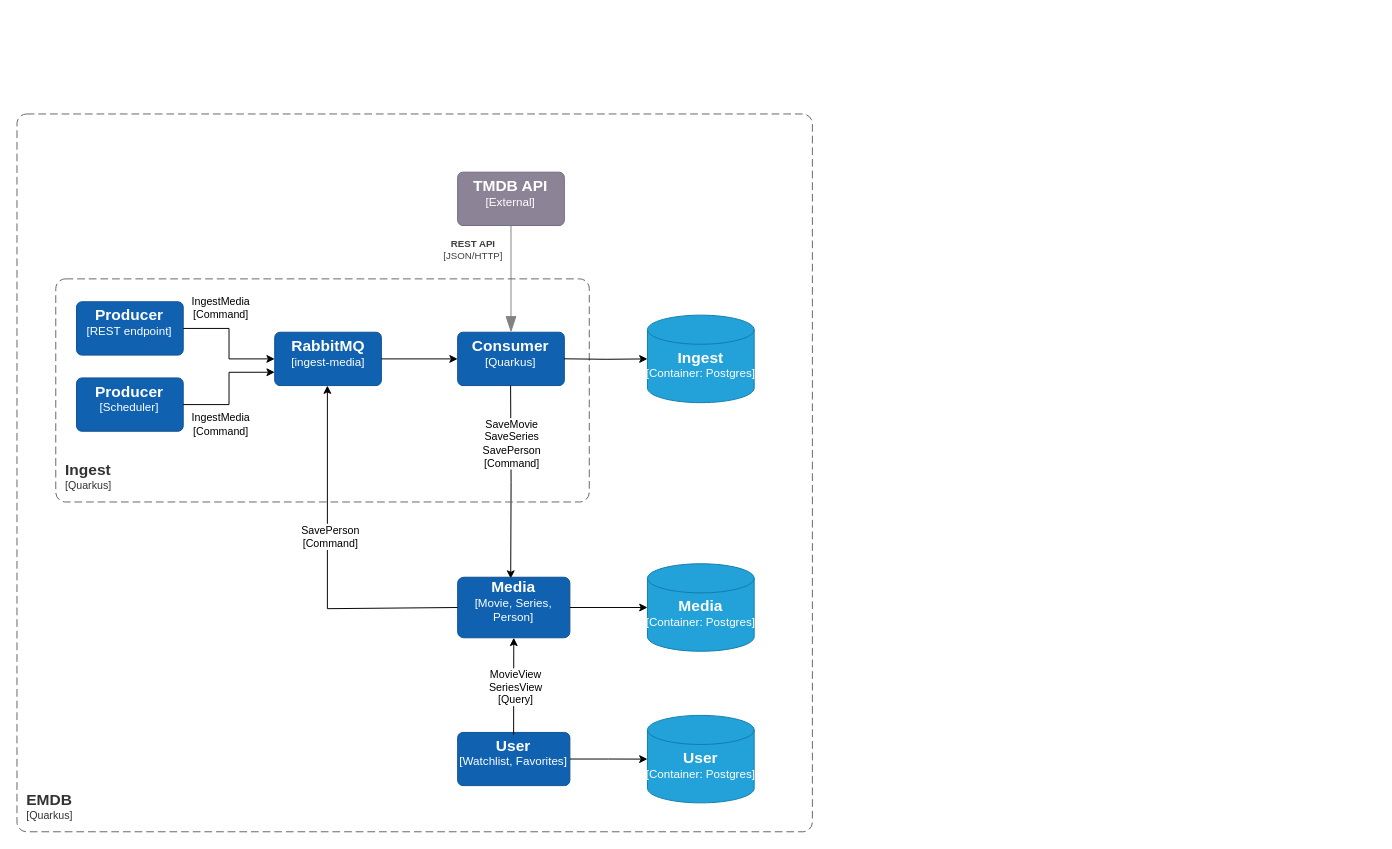
Earlier version of the draw.io diagram emdb/doc/emdb4.drawio (douglase72/projects). Source tidied: cells renumbered, new cells numbered last; positions are measured from the earlier drawing's top-left corner, leaving out a move shared by most shapes. Both pictures are drawn from the tidied source at 97%, with x=0, y=0 at pixel (16, 113).
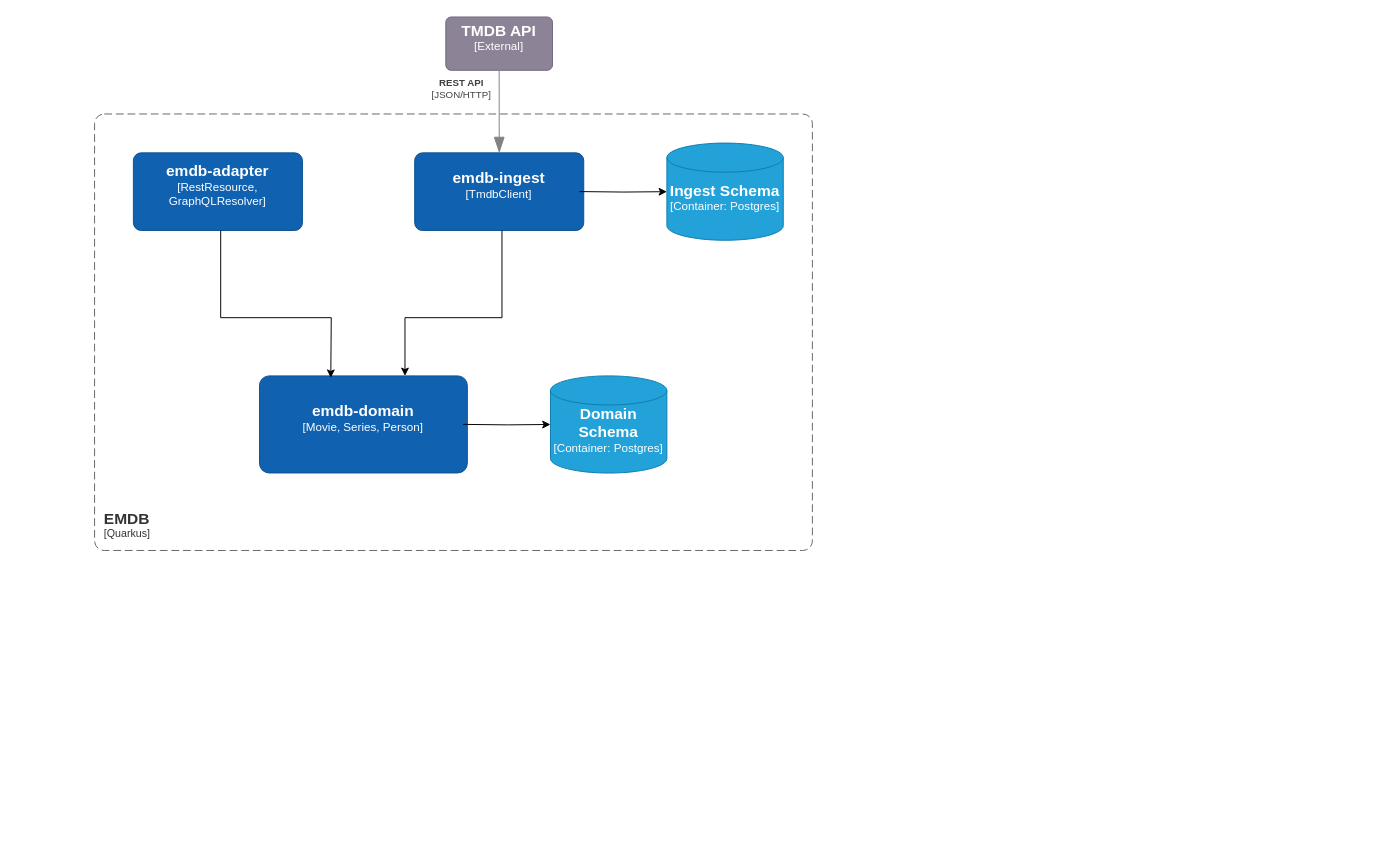
The same diagram, later.

The edit, as a diff of the source:
```diff
@@
+    <object id="22" label="&lt;font style=&quot;font-size: 16px&quot;&gt;&lt;b&gt;&lt;div style=&quot;text-align: left&quot;&gt;%c4Name%&lt;/div&gt;&lt;/b&gt;&lt;/font&gt;&lt;div style=&quot;text-align: left&quot;&gt;[%c4Application%]&lt;/div&gt;" c4Application="Quarkus" c4Name="EMDB" placeholders="1">
+      <mxCell style="rounded=1;fontSize=11;whiteSpace=wrap;html=1;dashed=1;arcSize=20;fillColor=none;strokeColor=#666666;fontColor=#333333;labelBackgroundColor=none;align=left;verticalAlign=bottom;labelBorderColor=none;spacingTop=0;spacing=10;dashPattern=8 4;perimeter=rectanglePerimeter;noLabel=0;labelPadding=0;absoluteArcSize=1;" parent="1" vertex="1">
+        <mxGeometry x="80" width="740" height="450" as="geometry" />
+      </mxCell>
+    </object>
+    <mxCell id="30" style="group;" parent="1" vertex="1">
+      <mxGeometry x="410" y="-100" width="380" height="230.2" as="geometry" />
+    </mxCell>
     <object id="3" label="&lt;font style=&quot;font-size: 16px&quot;&gt;&lt;b&gt;%c4Name%&lt;/b&gt;&lt;/font&gt;&lt;div&gt;[%c4Type%]&lt;/div&gt;&lt;br&gt;&lt;div&gt;&lt;font style=&quot;font-size: 11px&quot;&gt;&lt;font color=&quot;#cccccc&quot;&gt;%c4Description%&lt;/font&gt;&lt;/div&gt;" c4Description="" c4Name="TMDB API" c4Type="External" placeholders="1">
-      <mxCell style="rounded=1;whiteSpace=wrap;html=1;labelBackgroundColor=none;fillColor=#8C8496;fontColor=#ffffff;align=center;arcSize=10;strokeColor=#736782;points=[[0.25,0,0],[0.5,0,0],[0.75,0,0],[1,0.25,0],[1,0.5,0],[1,0.75,0],[0.75,1,0],[0.5,1,0],[0.25,1,0],[0,0.75,0],[0,0.5,0],[0,0.25,0]];" parent="1" vertex="1">
-        <mxGeometry x="454.3" y="60" width="110" height="55" as="geometry" />
+      <mxCell style="rounded=1;whiteSpace=wrap;html=1;labelBackgroundColor=none;fillColor=#8C8496;fontColor=#ffffff;align=center;arcSize=10;strokeColor=#736782;points=[[0.25,0,0],[0.5,0,0],[0.75,0,0],[1,0.25,0],[1,0.5,0],[1,0.75,0],[0.75,1,0],[0.5,1,0],[0.25,1,0],[0,0.75,0],[0,0.5,0],[0,0.25,0]];" parent="30" vertex="1">
+        <mxGeometry x="32.1" width="110" height="55" as="geometry" />
       </mxCell>
     </object>
-    <object id="4" label="&lt;font style=&quot;font-size: 16px&quot;&gt;&lt;b&gt;%c4Name%&lt;/b&gt;&lt;/font&gt;&lt;div&gt;[%c4Type%]&lt;/div&gt;&lt;br&gt;&lt;div&gt;&lt;font style=&quot;font-size: 11px&quot;&gt;&lt;font color=&quot;#cccccc&quot;&gt;%c4Description%&lt;/font&gt;&lt;/div&gt;" c4Description="" c4Name="Producer" c4Type="REST endpoint" placeholders="1">
-      <mxCell style="rounded=1;whiteSpace=wrap;html=1;labelBackgroundColor=none;fillColor=#1061B0;fontColor=#ffffff;align=center;arcSize=10;strokeColor=#0D5091;points=[[0.25,0,0],[0.5,0,0],[0.75,0,0],[1,0.25,0],[1,0.5,0],[1,0.75,0],[0.75,1,0],[0.5,1,0],[0.25,1,0],[0,0.75,0],[0,0.5,0],[0,0.25,0]];" parent="1" vertex="1">
-        <mxGeometry x="61.4" y="193.6" width="110" height="55" as="geometry" />
-      </mxCell>
-    </object>
-    <object id="5" label="&lt;font style=&quot;font-size: 16px&quot;&gt;&lt;b&gt;%c4Name%&lt;/b&gt;&lt;/font&gt;&lt;div&gt;[%c4Type%]&lt;/div&gt;&lt;br&gt;&lt;div&gt;&lt;font style=&quot;font-size: 11px&quot;&gt;&lt;font color=&quot;#cccccc&quot;&gt;%c4Description%&lt;/font&gt;&lt;/div&gt;" c4Description="" c4Name="Consumer" c4Type="Quarkus" placeholders="1">
-      <mxCell style="rounded=1;whiteSpace=wrap;html=1;labelBackgroundColor=none;fillColor=light-dark(#1061B0,#F8CECC);fontColor=#ffffff;align=center;arcSize=10;strokeColor=#0D5091;points=[[0.25,0,0],[0.5,0,0],[0.75,0,0],[1,0.25,0],[1,0.5,0],[1,0.75,0],[0.75,1,0],[0.5,1,0],[0.25,1,0],[0,0.75,0],[0,0.5,0],[0,0.25,0]];" parent="1" vertex="1">
-        <mxGeometry x="454.3" y="225" width="110" height="55" as="geometry" />
+    <object id="5" label="&lt;font style=&quot;font-size: 16px&quot;&gt;&lt;b&gt;%c4Name%&lt;/b&gt;&lt;/font&gt;&lt;div&gt;[%c4Type%]&lt;/div&gt;&lt;br&gt;&lt;div&gt;&lt;font style=&quot;font-size: 11px&quot;&gt;&lt;font color=&quot;#cccccc&quot;&gt;%c4Description%&lt;/font&gt;&lt;/div&gt;" c4Description="" c4Name="emdb-ingest" c4Type="TmdbClient" placeholders="1">
+      <mxCell style="rounded=1;whiteSpace=wrap;html=1;labelBackgroundColor=none;fillColor=light-dark(#1061B0,#FFF2CC);fontColor=#ffffff;align=center;arcSize=10;strokeColor=#0D5091;points=[[0.25,0,0],[0.5,0,0],[0.75,0,0],[1,0.25,0],[1,0.5,0],[1,0.75,0],[0.75,1,0],[0.5,1,0],[0.25,1,0],[0,0.75,0],[0,0.5,0],[0,0.25,0]];" parent="30" vertex="1">
+        <mxGeometry y="140.1" width="174.3" height="80" as="geometry" />
       </mxCell>
     </object>
-    <object id="6" label="&lt;font style=&quot;font-size: 16px&quot;&gt;&lt;b&gt;%c4Name%&lt;/b&gt;&lt;/font&gt;&lt;div&gt;[%c4Type%]&lt;/div&gt;&lt;br&gt;&lt;div&gt;&lt;font style=&quot;font-size: 11px&quot;&gt;&lt;font color=&quot;#cccccc&quot;&gt;%c4Description%&lt;/font&gt;&lt;/div&gt;" c4Description="" c4Name="RabbitMQ" c4Type="ingest-media" placeholders="1">
-      <mxCell style="rounded=1;whiteSpace=wrap;html=1;labelBackgroundColor=none;fillColor=light-dark(#1061B0,#FFE599);fontColor=#ffffff;align=center;arcSize=10;strokeColor=#0D5091;points=[[0.25,0,0],[0.5,0,0],[0.75,0,0],[1,0.25,0],[1,0.5,0],[1,0.75,0],[0.75,1,0],[0.5,1,0],[0.25,1,0],[0,0.75,0],[0,0.5,0],[0,0.25,0]];" parent="1" vertex="1">
-        <mxGeometry x="265.7" y="225" width="110" height="55" as="geometry" />
-      </mxCell>
-    </object>
-    <object id="7" label="&lt;font style=&quot;font-size: 16px&quot;&gt;&lt;b&gt;%c4Name%&lt;/b&gt;&lt;/font&gt;&lt;div&gt;[%c4Type%]&lt;/div&gt;&lt;br&gt;&lt;div&gt;&lt;font style=&quot;font-size: 11px&quot;&gt;&lt;font color=&quot;#cccccc&quot;&gt;%c4Description%&lt;/font&gt;&lt;/div&gt;" c4Description="" c4Name="Producer" c4Type="Scheduler" placeholders="1">
-      <mxCell style="rounded=1;whiteSpace=wrap;html=1;labelBackgroundColor=none;fillColor=#1061B0;fontColor=#ffffff;align=center;arcSize=10;strokeColor=#0D5091;points=[[0.25,0,0],[0.5,0,0],[0.75,0,0],[1,0.25,0],[1,0.5,0],[1,0.75,0],[0.75,1,0],[0.5,1,0],[0.25,1,0],[0,0.75,0],[0,0.5,0],[0,0.25,0]];" parent="1" vertex="1">
-        <mxGeometry x="61.4" y="272.1" width="110" height="55" as="geometry" />
-      </mxCell>
-    </object>
-    <mxCell id="8" style="edgeStyle=orthogonalEdgeStyle;rounded=0;orthogonalLoop=1;jettySize=auto;html=1;" parent="1" edge="1">
-      <mxGeometry relative="1" as="geometry">
-        <mxPoint x="508.9" y="280" as="sourcePoint" />
-        <mxPoint x="509" y="479" as="targetPoint" />
-      </mxGeometry>
-    </mxCell>
-    <mxCell id="9" value="SaveMovie&lt;br&gt;SaveSeries&lt;br&gt;SavePerson&lt;div&gt;[Command]&lt;/div&gt;" style="edgeLabel;html=1;align=center;verticalAlign=middle;" parent="8" vertex="1">
-      <mxGeometry x="0.04" y="-2" relative="1" as="geometry">
-        <mxPoint x="2" y="-44" as="offset" />
-      </mxGeometry>
-    </mxCell>
     <object id="10" label="&lt;div style=&quot;text-align: left&quot;&gt;&lt;div style=&quot;text-align: center&quot;&gt;&lt;b&gt;%c4Description%&lt;/b&gt;&lt;/div&gt;&lt;div style=&quot;text-align: center&quot;&gt;[%c4Technology%]&lt;/div&gt;&lt;/div&gt;" c4Description="REST API" c4Technology="JSON/HTTP" placeholders="1">
-      <mxCell style="endArrow=blockThin;html=1;fontSize=10;fontColor=#404040;strokeWidth=1;endFill=1;strokeColor=#828282;elbow=vertical;endSize=14;startSize=14;jumpStyle=arc;jumpSize=16;rounded=0;edgeStyle=orthogonalEdgeStyle;exitX=0.5;exitY=1;exitDx=0;exitDy=0;exitPerimeter=0;" parent="1" edge="1" source="3" target="5">
+      <mxCell style="endArrow=blockThin;html=1;fontSize=10;fontColor=#404040;strokeWidth=1;endFill=1;strokeColor=#828282;elbow=vertical;endSize=14;startSize=14;jumpStyle=arc;jumpSize=16;rounded=0;edgeStyle=orthogonalEdgeStyle;exitX=0.5;exitY=1;exitDx=0;exitDy=0;exitPerimeter=0;" parent="30" edge="1" source="3" target="5">
         <mxGeometry x="-0.55" y="-39" relative="1" as="geometry" />
       </mxCell>
     </object>
-    <mxCell id="11" style="edgeStyle=orthogonalEdgeStyle;rounded=0;jettySize=auto;html=1;" parent="1" edge="1" source="4" target="6">
-      <mxGeometry relative="1" as="geometry" />
-    </mxCell>
-    <mxCell id="12" value="IngestMedia&lt;div&gt;[Command]&lt;/div&gt;" style="edgeLabel;html=1;align=center;verticalAlign=middle;" parent="11" vertex="1">
-      <mxGeometry x="0.04" relative="1" as="geometry">
-        <mxPoint x="-9" y="-39" as="offset" />
-      </mxGeometry>
-    </mxCell>
-    <mxCell id="13" value="IngestMedia&lt;div&gt;[Command]&lt;/div&gt;" style="edgeLabel;html=1;align=center;verticalAlign=middle;" parent="11" vertex="1">
-      <mxGeometry x="0.04" relative="1" as="geometry">
-        <mxPoint x="-9" y="81" as="offset" />
-      </mxGeometry>
-    </mxCell>
-    <mxCell id="14" style="edgeStyle=orthogonalEdgeStyle;rounded=0;jettySize=auto;html=1;entryX=0;entryY=0.5;entryDx=0;entryDy=0;entryPerimeter=0;" parent="1" edge="1" source="6" target="5">
-      <mxGeometry relative="1" as="geometry" />
-    </mxCell>
-    <mxCell id="15" style="edgeStyle=orthogonalEdgeStyle;rounded=0;jettySize=auto;html=1;entryX=0;entryY=0.75;entryDx=0;entryDy=0;entryPerimeter=0;" parent="1" edge="1" source="7" target="6">
-      <mxGeometry relative="1" as="geometry" />
-    </mxCell>
-    <object id="16" label="&lt;font style=&quot;font-size: 16px&quot;&gt;&lt;b&gt;%c4Name%&lt;/b&gt;&lt;/font&gt;&lt;div&gt;[%c4Type%:&amp;nbsp;%c4Technology%]&lt;/div&gt;&lt;br&gt;&lt;div&gt;&lt;font style=&quot;font-size: 11px&quot;&gt;&lt;font color=&quot;#E6E6E6&quot;&gt;%c4Description%&lt;/font&gt;&lt;/div&gt;" c4Description="" c4Name="Media" c4Technology="Postgres" c4Type="Container" placeholders="1">
-      <mxCell style="shape=cylinder3;size=15;whiteSpace=wrap;html=1;boundedLbl=1;rounded=0;labelBackgroundColor=none;fillColor=light-dark(#23A2D9,#CCE5FF);fontSize=12;fontColor=#ffffff;align=center;strokeColor=light-dark(#0E7DAD,#000000);points=[[0.5,0,0],[1,0.25,0],[1,0.5,0],[1,0.75,0],[0.5,1,0],[0,0.75,0],[0,0.5,0],[0,0.25,0]];" parent="1" vertex="1">
-        <mxGeometry x="650" y="463.7" width="110" height="90.2" as="geometry" />
-      </mxCell>
-    </object>
-    <object id="17" label="&lt;font style=&quot;font-size: 16px&quot;&gt;&lt;b&gt;%c4Name%&lt;/b&gt;&lt;/font&gt;&lt;div&gt;[%c4Type%]&lt;/div&gt;&lt;br&gt;&lt;div&gt;&lt;font style=&quot;font-size: 11px&quot;&gt;&lt;font color=&quot;#cccccc&quot;&gt;%c4Description%&lt;/font&gt;&lt;/div&gt;" c4Description="" c4Name="Media" c4Type="Movie, Series, Person" placeholders="1">
-      <mxCell style="rounded=1;whiteSpace=wrap;html=1;labelBackgroundColor=none;fillColor=light-dark(#1061B0,#B9E0A5);fontColor=#ffffff;align=center;arcSize=10;strokeColor=#0D5091;points=[[0.25,0,0],[0.5,0,0],[0.75,0,0],[1,0.25,0],[1,0.5,0],[1,0.75,0],[0.75,1,0],[0.5,1,0],[0.25,1,0],[0,0.75,0],[0,0.5,0],[0,0.25,0]];" parent="1" vertex="1">
-        <mxGeometry x="454.3" y="477.6" width="115.7" height="62.4" as="geometry" />
-      </mxCell>
-    </object>
-    <mxCell id="18" style="edgeStyle=orthogonalEdgeStyle;rounded=0;jettySize=auto;html=1;entryX=0;entryY=0.5;entryDx=0;entryDy=0;entryPerimeter=0;" parent="1" edge="1" source="17" target="16">
-      <mxGeometry relative="1" as="geometry" />
-    </mxCell>
-    <object id="19" label="&lt;font style=&quot;font-size: 16px&quot;&gt;&lt;b&gt;%c4Name%&lt;/b&gt;&lt;/font&gt;&lt;div&gt;[%c4Type%]&lt;/div&gt;&lt;br&gt;&lt;div&gt;&lt;font style=&quot;font-size: 11px&quot;&gt;&lt;font color=&quot;#cccccc&quot;&gt;%c4Description%&lt;/font&gt;&lt;/div&gt;" c4Description="" c4Name="User" c4Type="Watchlist, Favorites" placeholders="1">
-      <mxCell style="rounded=1;whiteSpace=wrap;html=1;labelBackgroundColor=none;fillColor=light-dark(#1061B0,#99FFFF);fontColor=#ffffff;align=center;arcSize=10;strokeColor=#0D5091;points=[[0.25,0,0],[0.5,0,0],[0.75,0,0],[1,0.25,0],[1,0.5,0],[1,0.75,0],[0.75,1,0],[0.5,1,0],[0.25,1,0],[0,0.75,0],[0,0.5,0],[0,0.25,0]];" parent="1" vertex="1">
-        <mxGeometry x="454.3" y="637.6" width="115.7" height="54.8" as="geometry" />
-      </mxCell>
-    </object>
-    <mxCell id="20" style="edgeStyle=orthogonalEdgeStyle;rounded=0;jettySize=auto;html=1;entryX=0;entryY=0.5;entryDx=0;entryDy=0;entryPerimeter=0;" parent="1" edge="1" source="19" target="21">
-      <mxGeometry relative="1" as="geometry" />
-    </mxCell>
-    <object id="21" label="&lt;font style=&quot;font-size: 16px&quot;&gt;&lt;b&gt;%c4Name%&lt;/b&gt;&lt;/font&gt;&lt;div&gt;[%c4Type%:&amp;nbsp;%c4Technology%]&lt;/div&gt;&lt;br&gt;&lt;div&gt;&lt;font style=&quot;font-size: 11px&quot;&gt;&lt;font color=&quot;#E6E6E6&quot;&gt;%c4Description%&lt;/font&gt;&lt;/div&gt;" c4Description="" c4Name="User" c4Technology="Postgres" c4Type="Container" placeholders="1">
-      <mxCell style="shape=cylinder3;size=15;whiteSpace=wrap;html=1;boundedLbl=1;rounded=0;labelBackgroundColor=none;fillColor=light-dark(#23A2D9,#CCE5FF);fontSize=12;fontColor=#ffffff;align=center;strokeColor=light-dark(#0E7DAD,#000000);points=[[0.5,0,0],[1,0.25,0],[1,0.5,0],[1,0.75,0],[0.5,1,0],[0,0.75,0],[0,0.5,0],[0,0.25,0]];" parent="1" vertex="1">
-        <mxGeometry x="650" y="620" width="110" height="90.2" as="geometry" />
-      </mxCell>
-    </object>
-    <object id="22" label="&lt;font style=&quot;font-size: 16px&quot;&gt;&lt;b&gt;&lt;div style=&quot;text-align: left&quot;&gt;%c4Name%&lt;/div&gt;&lt;/b&gt;&lt;/font&gt;&lt;div style=&quot;text-align: left&quot;&gt;[%c4Application%]&lt;/div&gt;" c4Application="Quarkus" c4Name="EMDB" placeholders="1">
-      <mxCell style="rounded=1;fontSize=11;whiteSpace=wrap;html=1;dashed=1;arcSize=20;fillColor=none;strokeColor=#666666;fontColor=#333333;labelBackgroundColor=none;align=left;verticalAlign=bottom;labelBorderColor=none;spacingTop=0;spacing=10;dashPattern=8 4;perimeter=rectanglePerimeter;noLabel=0;labelPadding=0;absoluteArcSize=1;" parent="1" vertex="1">
-        <mxGeometry width="820" height="740" as="geometry" />
-      </mxCell>
-    </object>
-    <object id="23" label="&lt;font style=&quot;font-size: 16px&quot;&gt;&lt;b&gt;&lt;div style=&quot;text-align: left&quot;&gt;%c4Name%&lt;/div&gt;&lt;/b&gt;&lt;/font&gt;&lt;div style=&quot;text-align: left&quot;&gt;[%c4Application%]&lt;/div&gt;" c4Application="Quarkus" c4Name="Ingest" placeholders="1">
-      <mxCell style="rounded=1;fontSize=11;whiteSpace=wrap;html=1;dashed=1;arcSize=20;fillColor=none;strokeColor=#666666;fontColor=#333333;labelBackgroundColor=none;align=left;verticalAlign=bottom;labelBorderColor=none;spacingTop=0;spacing=10;dashPattern=8 4;perimeter=rectanglePerimeter;noLabel=0;labelPadding=0;absoluteArcSize=1;" parent="1" vertex="1">
-        <mxGeometry x="40" y="170" width="550" height="230" as="geometry" />
-      </mxCell>
-    </object>
-    <mxCell id="24" style="edgeStyle=orthogonalEdgeStyle;rounded=0;jettySize=auto;html=1;entryX=0;entryY=0.5;entryDx=0;entryDy=0;entryPerimeter=0;" parent="1" edge="1" target="25">
+    <mxCell id="24" style="edgeStyle=orthogonalEdgeStyle;rounded=0;jettySize=auto;html=1;entryX=0;entryY=0.5;entryDx=0;entryDy=0;entryPerimeter=0;" parent="30" edge="1" target="25">
       <mxGeometry relative="1" as="geometry">
-        <mxPoint x="564" y="252.4" as="sourcePoint" />
+        <mxPoint x="170" y="180" as="sourcePoint" />
       </mxGeometry>
     </mxCell>
-    <object id="25" label="&lt;font style=&quot;font-size: 16px&quot;&gt;&lt;b&gt;%c4Name%&lt;/b&gt;&lt;/font&gt;&lt;div&gt;[%c4Type%:&amp;nbsp;%c4Technology%]&lt;/div&gt;&lt;br&gt;&lt;div&gt;&lt;font style=&quot;font-size: 11px&quot;&gt;&lt;font color=&quot;#E6E6E6&quot;&gt;%c4Description%&lt;/font&gt;&lt;/div&gt;" c4Description="" c4Name="Ingest" c4Technology="Postgres" c4Type="Container" placeholders="1">
-      <mxCell style="shape=cylinder3;size=15;whiteSpace=wrap;html=1;boundedLbl=1;rounded=0;labelBackgroundColor=none;fillColor=light-dark(#23A2D9,#CCE5FF);fontSize=12;fontColor=#ffffff;align=center;strokeColor=light-dark(#0E7DAD,#000000);points=[[0.5,0,0],[1,0.25,0],[1,0.5,0],[1,0.75,0],[0.5,1,0],[0,0.75,0],[0,0.5,0],[0,0.25,0]];" parent="1" vertex="1">
-        <mxGeometry x="650" y="207.4" width="110" height="90.2" as="geometry" />
+    <object id="25" label="&lt;font style=&quot;font-size: 16px&quot;&gt;&lt;b&gt;%c4Name%&lt;/b&gt;&lt;/font&gt;&lt;div&gt;[%c4Type%:&amp;nbsp;%c4Technology%]&lt;/div&gt;&lt;br&gt;&lt;div&gt;&lt;font style=&quot;font-size: 11px&quot;&gt;&lt;font color=&quot;#E6E6E6&quot;&gt;%c4Description%&lt;/font&gt;&lt;/div&gt;" c4Description="" c4Name="Ingest Schema" c4Technology="Postgres" c4Type="Container" placeholders="1">
+      <mxCell style="shape=cylinder3;size=15;whiteSpace=wrap;html=1;boundedLbl=1;rounded=0;labelBackgroundColor=none;fillColor=light-dark(#23A2D9,#CCE5FF);fontSize=12;fontColor=#ffffff;align=center;strokeColor=light-dark(#0E7DAD,#000000);points=[[0.5,0,0],[1,0.25,0],[1,0.5,0],[1,0.75,0],[0.5,1,0],[0,0.75,0],[0,0.5,0],[0,0.25,0]];" parent="30" vertex="1">
+        <mxGeometry x="260" y="130" width="120" height="100.2" as="geometry" />
       </mxCell>
     </object>
-    <mxCell id="26" style="endArrow=classic;html=1;rounded=0;exitX=0;exitY=0.5;exitDx=0;exitDy=0;exitPerimeter=0;" parent="1" edge="1" source="17">
-      <mxGeometry relative="1" as="geometry">
-        <mxPoint x="320" y="280" as="targetPoint" />
-        <Array as="points">
-          <mxPoint x="320" y="510" />
-        </Array>
-      </mxGeometry>
-    </mxCell>
-    <mxCell id="27" value="SavePerson&lt;div&gt;[Command]&lt;/div&gt;" style="edgeLabel;html=1;align=center;verticalAlign=middle;" parent="26" vertex="1">
-      <mxGeometry x="0.15" y="-2" relative="1" as="geometry" />
-    </mxCell>
-    <mxCell id="28" style="endArrow=classic;html=1;rounded=0;entryX=0.5;entryY=1;entryDx=0;entryDy=0;entryPerimeter=0;" parent="1" edge="1" target="17">
-      <mxGeometry relative="1" as="geometry">
-        <mxPoint x="512" y="640" as="sourcePoint" />
-      </mxGeometry>
-    </mxCell>
-    <mxCell id="29" value="MovieView&lt;div&gt;SeriesView&lt;/div&gt;&lt;div&gt;[Query]&lt;/div&gt;" style="edgeLabel;html=1;align=center;verticalAlign=middle;" parent="28" vertex="1">
-      <mxGeometry x="-0.01" y="-1" relative="1" as="geometry" />
-    </mxCell>
+    <object id="31" label="&lt;font style=&quot;font-size: 16px&quot;&gt;&lt;b&gt;%c4Name%&lt;/b&gt;&lt;/font&gt;&lt;div&gt;[%c4Type%]&lt;/div&gt;&lt;br&gt;&lt;div&gt;&lt;font style=&quot;font-size: 11px&quot;&gt;&lt;font color=&quot;#cccccc&quot;&gt;%c4Description%&lt;/font&gt;&lt;/div&gt;" c4Description="" c4Name="emdb-adapter" c4Type="RestResource, GraphQLResolver" placeholders="1">
+      <mxCell style="rounded=1;whiteSpace=wrap;html=1;labelBackgroundColor=none;fillColor=light-dark(#1061B0,#FFCC99);fontColor=#ffffff;align=center;arcSize=10;strokeColor=#0D5091;" parent="1" vertex="1">
+        <mxGeometry x="120" y="40.1" width="174.3" height="80" as="geometry" />
+      </mxCell>
+    </object>
+    <mxCell id="32" style="group;" parent="1" vertex="1">
+      <mxGeometry x="250" y="270" width="420" height="100.2" as="geometry" />
+    </mxCell>
+    <object id="17" label="&lt;font style=&quot;font-size: 16px&quot;&gt;&lt;b&gt;%c4Name%&lt;/b&gt;&lt;/font&gt;&lt;div&gt;[%c4Type%]&lt;/div&gt;&lt;br&gt;&lt;div&gt;&lt;font style=&quot;font-size: 11px&quot;&gt;&lt;font color=&quot;#cccccc&quot;&gt;%c4Description%&lt;/font&gt;&lt;/div&gt;" c4Description="" c4Name="emdb-domain" c4Type="Movie, Series, Person" placeholders="1">
+      <mxCell style="rounded=1;whiteSpace=wrap;html=1;labelBackgroundColor=none;fillColor=light-dark(#1061B0,#B9E0A5);fontColor=#ffffff;align=center;arcSize=10;strokeColor=#0D5091;points=[[0.25,0,0],[0.5,0,0],[0.75,0,0],[1,0.25,0],[1,0.5,0],[1,0.75,0],[0.75,1,0],[0.5,1,0],[0.25,1,0],[0,0.75,0],[0,0.5,0],[0,0.25,0]];" parent="32" vertex="1">
+        <mxGeometry width="214.3" height="100.1" as="geometry" />
+      </mxCell>
+    </object>
+    <mxCell id="33" style="edgeStyle=orthogonalEdgeStyle;rounded=0;jettySize=auto;html=1;entryX=0;entryY=0.5;entryDx=0;entryDy=0;entryPerimeter=0;" parent="32" edge="1" target="34">
+      <mxGeometry relative="1" as="geometry">
+        <mxPoint x="210" y="50" as="sourcePoint" />
+      </mxGeometry>
+    </mxCell>
+    <object id="34" label="&lt;font style=&quot;font-size: 16px&quot;&gt;&lt;b&gt;%c4Name%&lt;/b&gt;&lt;/font&gt;&lt;div&gt;[%c4Type%:&amp;nbsp;%c4Technology%]&lt;/div&gt;&lt;br&gt;&lt;div&gt;&lt;font style=&quot;font-size: 11px&quot;&gt;&lt;font color=&quot;#E6E6E6&quot;&gt;%c4Description%&lt;/font&gt;&lt;/div&gt;" c4Description="" c4Name="Domain Schema" c4Technology="Postgres" c4Type="Container" placeholders="1">
+      <mxCell style="shape=cylinder3;size=15;whiteSpace=wrap;html=1;boundedLbl=1;rounded=0;labelBackgroundColor=none;fillColor=light-dark(#23A2D9,#CCE5FF);fontSize=12;fontColor=#ffffff;align=center;strokeColor=light-dark(#0E7DAD,#000000);points=[[0.5,0,0],[1,0.25,0],[1,0.5,0],[1,0.75,0],[0.5,1,0],[0,0.75,0],[0,0.5,0],[0,0.25,0]];" parent="32" vertex="1">
+        <mxGeometry x="300" width="120" height="100.2" as="geometry" />
+      </mxCell>
+    </object>
+    <mxCell id="35" style="endArrow=classic;html=1;rounded=0;exitX=0.343;exitY=0.019;exitDx=0;exitDy=0;exitPerimeter=0;entryX=0.343;entryY=0.019;entryDx=0;entryDy=0;entryPerimeter=0;" parent="1" edge="1" target="17">
+      <mxGeometry relative="1" as="geometry">
+        <mxPoint x="210" y="120.1" as="sourcePoint" />
+        <Array as="points">
+          <mxPoint x="210" y="210" />
+          <mxPoint x="324" y="210" />
+        </Array>
+      </mxGeometry>
+    </mxCell>
+    <mxCell id="36" style="endArrow=classic;html=1;rounded=0;" parent="1" edge="1">
+      <mxGeometry relative="1" as="geometry">
+        <mxPoint x="500" y="120.1" as="sourcePoint" />
+        <mxPoint x="400" y="270" as="targetPoint" />
+        <Array as="points">
+          <mxPoint x="500" y="210" />
+          <mxPoint x="400" y="210" />
+        </Array>
+      </mxGeometry>
+    </mxCell>
```
